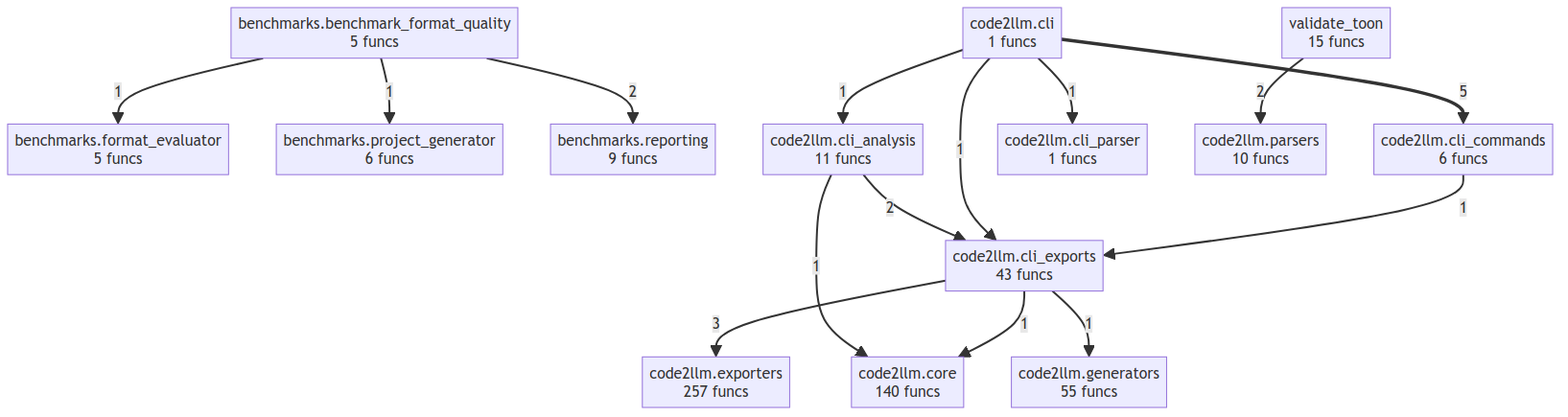
Above: project/compact_flow.png in wronai/code2llm (Mermaid), before the change. Its source is kept beside it as project/compact_flow.mmd.
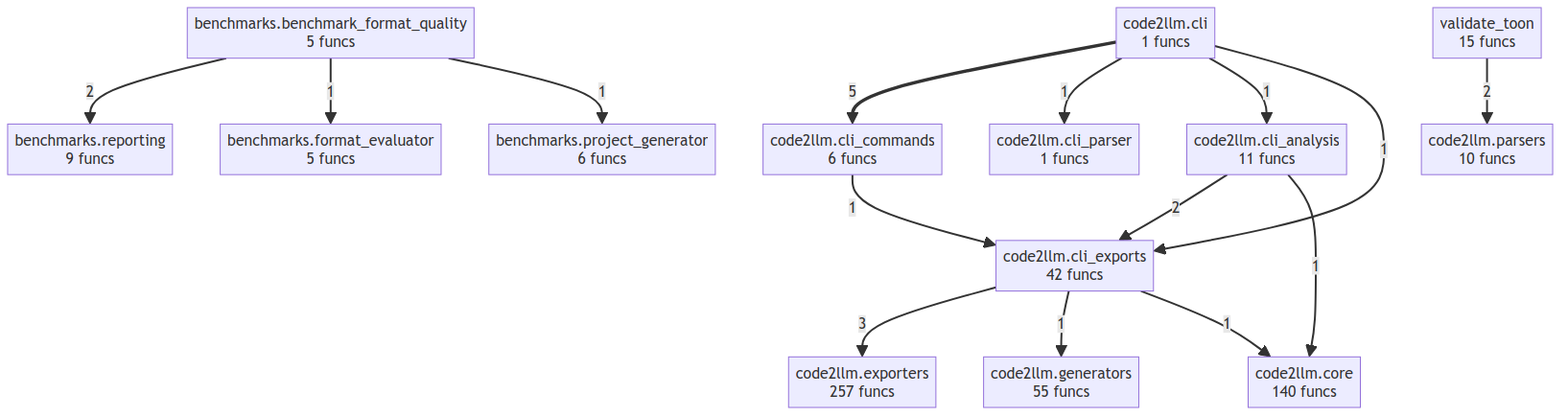
After the change.

Change to the diagram source:
```diff
@@ -6,7 +6,7 @@
     code2llm_cli["code2llm.cli<br/>1 funcs"]
     code2llm_cli_analysis["code2llm.cli_analysis<br/>11 funcs"]
     code2llm_cli_commands["code2llm.cli_commands<br/>6 funcs"]
-    code2llm_cli_exports["code2llm.cli_exports<br/>43 funcs"]
+    code2llm_cli_exports["code2llm.cli_exports<br/>42 funcs"]
     code2llm_cli_parser["code2llm.cli_parser<br/>1 funcs"]
     code2llm_core["code2llm.core<br/>140 funcs"]
     code2llm_exporters["code2llm.exporters<br/>257 funcs"]
@@ -25,5 +25,5 @@
     code2llm_cli_commands -->|1| code2llm_cli_exports
     benchmarks_benchmark_format_quality -->|1| benchmarks_format_evaluator
     benchmarks_benchmark_format_quality -->|1| benchmarks_project_generator
+    code2llm_cli_exports -->|1| code2llm_generators
     code2llm_cli_exports -->|1| code2llm_core
-    code2llm_cli_exports -->|1| code2llm_generators
```
